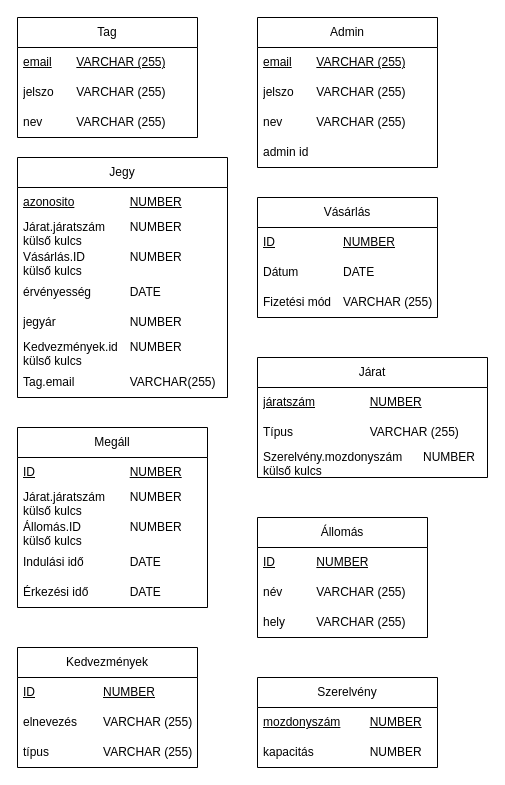
Earlier version of the draw.io diagram dokumentacio/tablaterv.drawio (RevMarci/vasutmenetrend). Source tidied: cells renumbered, new cells numbered last; positions are measured from the earlier drawing's top-left corner, leaving out a move shared by most shapes. Both pictures are drawn from the tidied source at 100%, with x=0, y=0 at pixel (17, 17).
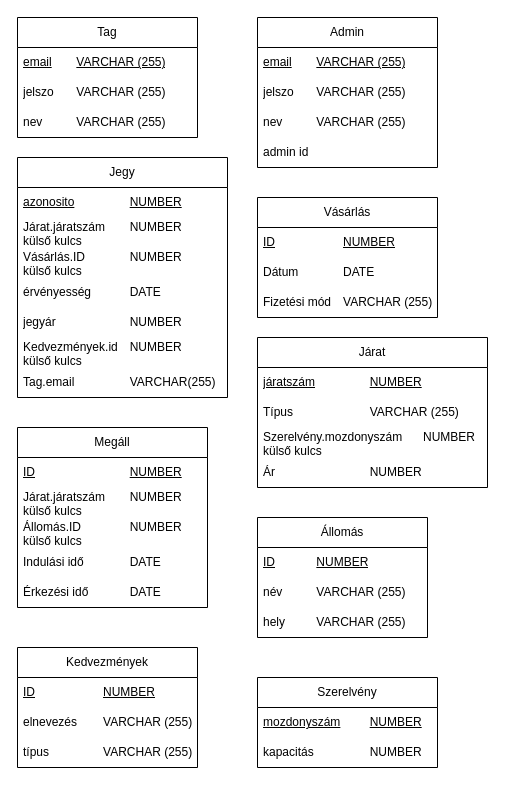
The same page after the edit.

Change to the diagram source:
```diff
@@
     <mxCell id="23" value="Járat" style="swimlane;fontStyle=0;horizontal=1;startSize=30;whiteSpace=wrap;html=1;" parent="1" vertex="1">
-      <mxGeometry x="240" y="340" width="230" height="120" as="geometry" />
+      <mxGeometry x="240" y="320" width="230" height="150" as="geometry" />
     </mxCell>
@@
+    <mxCell id="44" value="Ár&lt;span style=&quot;white-space: pre;&quot;&gt;&#9;&lt;/span&gt;&lt;span style=&quot;white-space: pre;&quot;&gt;&#9;&lt;/span&gt;&lt;span style=&quot;white-space: pre;&quot;&gt;&#9;&lt;/span&gt;&lt;span style=&quot;white-space: pre;&quot;&gt;&#9;&lt;/span&gt;NUMBER" style="text;strokeColor=none;fillColor=none;align=left;verticalAlign=middle;spacingLeft=4;spacingRight=4;overflow=hidden;whiteSpace=wrap;html=1;" parent="23" vertex="1">
+      <mxGeometry y="120" width="230" height="30" as="geometry" />
+    </mxCell>
```
